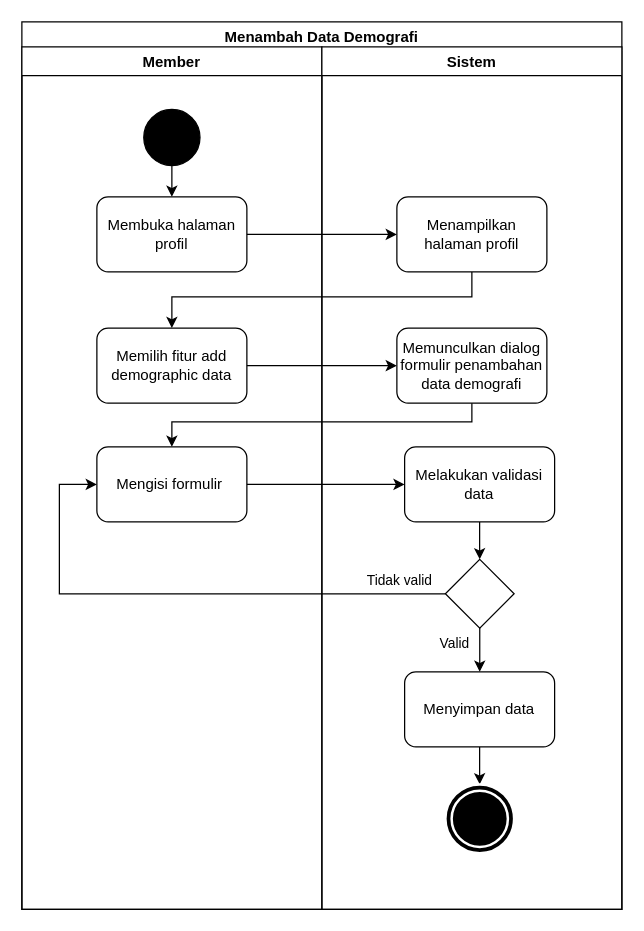
This is Diagram/Activity Diagram/8. meliihat data demografi.drawio from techie-jhs/thesis, a draw.io file, before an edit. Source tidied: cells renumbered, new cells numbered last; positions are measured from the earlier drawing's top-left corner, leaving out a move shared by most shapes. Both pictures are drawn from the tidied source at 125%, with x=0, y=0 at pixel (21, 21).
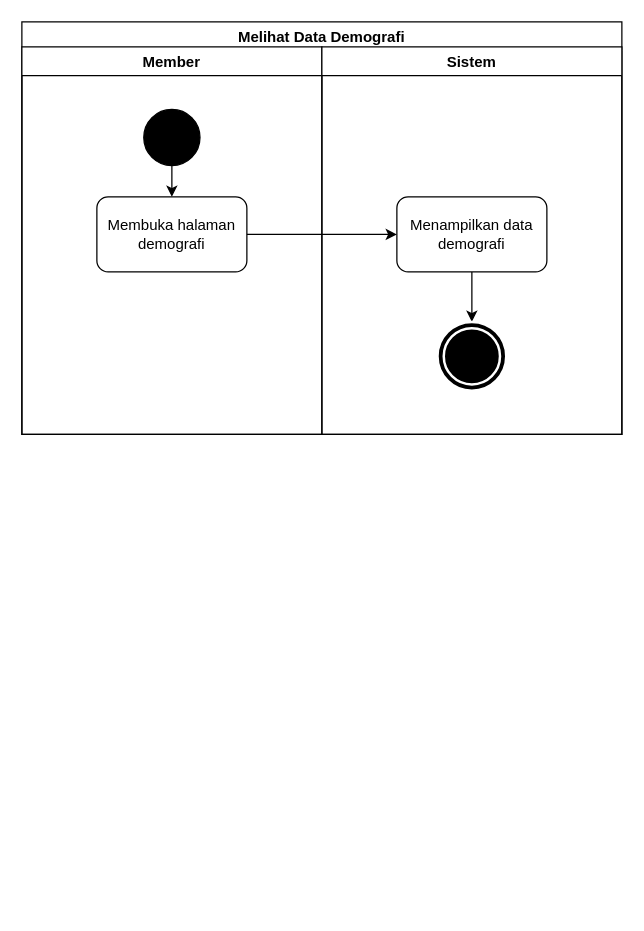
Above is the later version.

The edit, as a diff of the source:
```diff
@@
-    <mxCell id="2" value="Menambah Data Demografi" style="swimlane;fillColor=none;" parent="1" vertex="1">
-      <mxGeometry width="480" height="710" as="geometry" />
+    <mxCell id="2" value="Melihat Data Demografi" style="swimlane;fillColor=none;" parent="1" vertex="1">
+      <mxGeometry width="480" height="330" as="geometry" />
     </mxCell>
     <mxCell id="3" value="Member" style="swimlane;" parent="2" vertex="1">
-      <mxGeometry y="20" width="240" height="690" as="geometry" />
+      <mxGeometry y="20" width="240" height="310" as="geometry" />
     </mxCell>
@@
-    <mxCell id="6" value="Membuka halaman profil" style="rounded=1;whiteSpace=wrap;html=1;fillColor=none;" parent="3" vertex="1">
+    <mxCell id="6" value="Membuka halaman demografi" style="rounded=1;whiteSpace=wrap;html=1;fillColor=none;" parent="3" vertex="1">
       <mxGeometry x="60" y="120" width="120" height="60" as="geometry" />
     </mxCell>
-    <mxCell id="7" value="Memilih fitur add demographic data" style="rounded=1;whiteSpace=wrap;html=1;fillColor=none;" parent="3" vertex="1">
-      <mxGeometry x="60" y="225" width="120" height="60" as="geometry" />
-    </mxCell>
     <mxCell id="8" value="Sistem" style="swimlane;" parent="2" vertex="1">
-      <mxGeometry x="240" y="20" width="240" height="690" as="geometry" />
+      <mxGeometry x="240" y="20" width="240" height="310" as="geometry" />
     </mxCell>
+    <mxCell id="26" style="edgeStyle=orthogonalEdgeStyle;rounded=0;jettySize=auto;html=1;" parent="8" edge="1" source="9" target="22">
+      <mxGeometry relative="1" as="geometry" />
+    </mxCell>
-    <mxCell id="9" value="Menampilkan halaman profil" style="rounded=1;whiteSpace=wrap;html=1;fillColor=none;" parent="8" vertex="1">
+    <mxCell id="9" value="Menampilkan data demografi" style="rounded=1;whiteSpace=wrap;html=1;fillColor=none;" parent="8" vertex="1">
       <mxGeometry x="60" y="120" width="120" height="60" as="geometry" />
     </mxCell>
-    <mxCell id="10" style="edgeStyle=orthogonalEdgeStyle;rounded=0;jettySize=auto;html=1;" parent="8" edge="1" source="11" target="13">
-      <mxGeometry relative="1" as="geometry">
-        <Array as="points">
-          <mxPoint x="120" y="300" />
-          <mxPoint x="-120" y="300" />
-        </Array>
-      </mxGeometry>
-    </mxCell>
-    <mxCell id="11" value="Memunculkan dialog formulir penambahan data demografi" style="rounded=1;whiteSpace=wrap;html=1;fillColor=none;" parent="8" vertex="1">
-      <mxGeometry x="60" y="225" width="120" height="60" as="geometry" />
-    </mxCell>
-    <mxCell id="12" style="edgeStyle=orthogonalEdgeStyle;rounded=0;jettySize=auto;html=1;" parent="8" edge="1" source="13" target="14">
-      <mxGeometry relative="1" as="geometry" />
-    </mxCell>
-    <mxCell id="13" value="&lt;span&gt;Mengisi formulir&amp;nbsp;&lt;/span&gt;" style="rounded=1;whiteSpace=wrap;html=1;fillColor=none;" parent="8" vertex="1">
-      <mxGeometry x="-180" y="320" width="120" height="60" as="geometry" />
-    </mxCell>
-    <mxCell id="14" value="Melakukan validasi data" style="rounded=1;whiteSpace=wrap;html=1;fillColor=none;" parent="8" vertex="1">
-      <mxGeometry x="66.2" y="320" width="120" height="60" as="geometry" />
-    </mxCell>
-    <mxCell id="15" value="Valid" style="edgeStyle=orthogonalEdgeStyle;rounded=0;orthogonalLoop=1;jettySize=auto;html=1;" parent="8" edge="1">
-      <mxGeometry x="-0.33" y="-20" relative="1" as="geometry">
-        <mxPoint x="126.3" y="464.9" as="sourcePoint" />
-        <mxPoint x="126.3" y="500" as="targetPoint" />
-      </mxGeometry>
-    </mxCell>
-    <mxCell id="16" style="rhombus;whiteSpace=wrap;html=1;fillColor=none;" parent="8" vertex="1">
-      <mxGeometry x="98.8" y="410" width="55" height="55" as="geometry" />
-    </mxCell>
-    <mxCell id="17" style="edgeStyle=orthogonalEdgeStyle;rounded=0;jettySize=auto;html=1;" parent="8" edge="1" source="18" target="22">
-      <mxGeometry relative="1" as="geometry" />
-    </mxCell>
-    <mxCell id="18" value="Menyimpan data" style="rounded=1;whiteSpace=wrap;html=1;fillColor=none;" parent="8" vertex="1">
-      <mxGeometry x="66.2" y="500" width="120" height="60" as="geometry" />
-    </mxCell>
-    <mxCell id="19" style="edgeStyle=orthogonalEdgeStyle;rounded=0;jettySize=auto;html=1;" parent="8" edge="1" source="14" target="16">
-      <mxGeometry relative="1" as="geometry" />
-    </mxCell>
-    <mxCell id="20" style="edgeStyle=orthogonalEdgeStyle;rounded=0;jettySize=auto;html=1;entryX=0;entryY=0.5;entryDx=0;entryDy=0;exitX=0;exitY=0.5;exitDx=0;exitDy=0;" parent="8" edge="1" source="16" target="13">
-      <mxGeometry relative="1" as="geometry">
-        <Array as="points">
-          <mxPoint x="-210" y="438" />
-          <mxPoint x="-210" y="350" />
-        </Array>
-      </mxGeometry>
-    </mxCell>
-    <mxCell id="21" value="Tidak valid" style="edgeLabel;html=1;align=center;verticalAlign=middle;" parent="20" vertex="1">
-      <mxGeometry x="-0.82" y="-2" relative="1" as="geometry">
-        <mxPoint x="1" y="-9" as="offset" />
-      </mxGeometry>
-    </mxCell>
     <mxCell id="22" style="ellipse;shape=doubleEllipse;whiteSpace=wrap;html=1;fillColor=#000000;strokeColor=#FFFFFF;strokeWidth=2;" parent="8" vertex="1">
-      <mxGeometry x="98.8" y="590" width="55" height="55" as="geometry" />
+      <mxGeometry x="92.5" y="220" width="55" height="55" as="geometry" />
     </mxCell>
@@
-    <mxCell id="24" style="edgeStyle=orthogonalEdgeStyle;rounded=0;jettySize=auto;html=1;" parent="2" edge="1" source="9" target="7">
-      <mxGeometry relative="1" as="geometry">
-        <Array as="points">
-          <mxPoint x="360" y="220" />
-          <mxPoint x="120" y="220" />
-        </Array>
-      </mxGeometry>
-    </mxCell>
-    <mxCell id="25" style="edgeStyle=orthogonalEdgeStyle;rounded=0;jettySize=auto;html=1;entryX=0;entryY=0.5;entryDx=0;entryDy=0;" parent="2" edge="1" source="7" target="11">
-      <mxGeometry relative="1" as="geometry" />
-    </mxCell>
```
